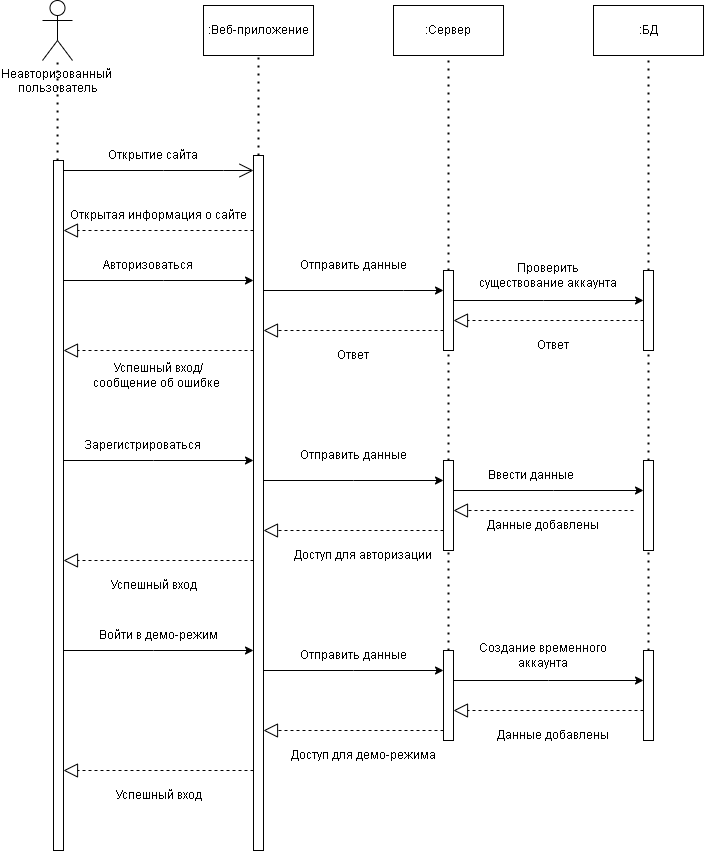
Before: documentation/diagrams/Sequence_diagram_nonau.png, a diagram exported from draw.io (money-pie/moneypie). Source tidied: cells renumbered, new cells last; positions are measured from the earlier drawing's top-left corner, leaving out a move shared by most shapes.
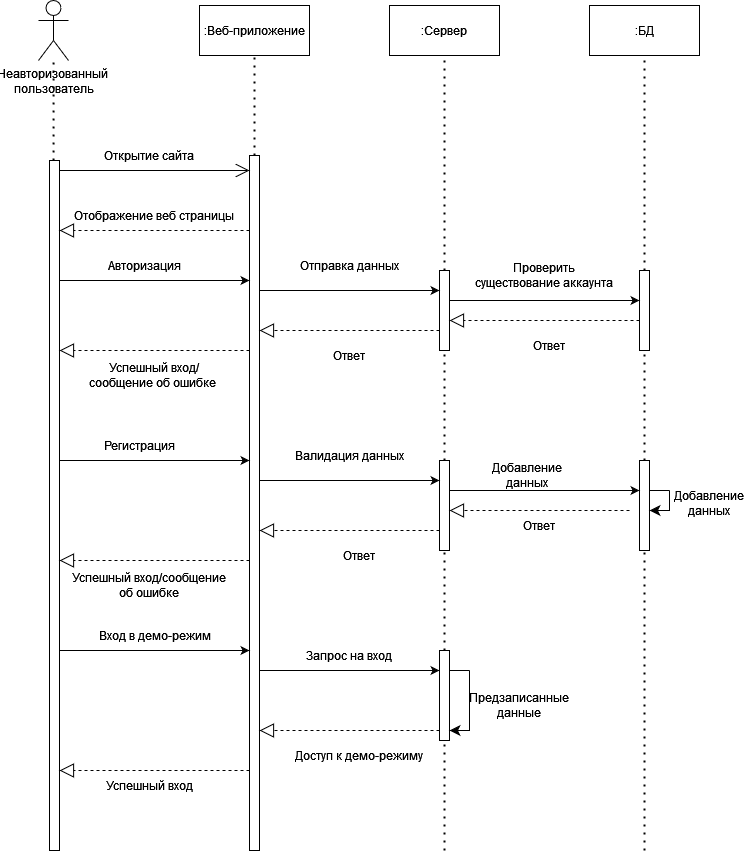
The same diagram one commit later.

Diff of the diagram source:
```diff
@@ -53,7 +53,7 @@
     <mxCell id="15" value="Открытие сайта" style="text;html=1;strokeColor=none;fillColor=none;align=center;verticalAlign=middle;whiteSpace=wrap;rounded=0;" parent="1" vertex="1">
       <mxGeometry x="31" y="140" width="160" height="30" as="geometry" />
     </mxCell>
-    <mxCell id="16" value="Открытая информация о сайте" style="text;html=1;strokeColor=none;fillColor=none;align=center;verticalAlign=middle;whiteSpace=wrap;rounded=0;" parent="1" vertex="1">
+    <mxCell id="16" value="Отображение веб страницы" style="text;html=1;strokeColor=none;fillColor=none;align=center;verticalAlign=middle;whiteSpace=wrap;rounded=0;" parent="1" vertex="1">
       <mxGeometry x="21" y="200" width="190" height="30" as="geometry" />
     </mxCell>
     <mxCell id="17" style="endArrow=classic;html=1;rounded=0;" parent="1" edge="1" source="3">
@@ -64,7 +64,7 @@
         </Array>
       </mxGeometry>
     </mxCell>
-    <mxCell id="18" value="Авторизоваться" style="text;html=1;strokeColor=none;fillColor=none;align=center;verticalAlign=middle;whiteSpace=wrap;rounded=0;" parent="1" vertex="1">
+    <mxCell id="18" value="Авторизация" style="text;html=1;strokeColor=none;fillColor=none;align=center;verticalAlign=middle;whiteSpace=wrap;rounded=0;" parent="1" vertex="1">
       <mxGeometry x="31" y="250" width="150" height="30" as="geometry" />
     </mxCell>
     <mxCell id="19" style="endArrow=classic;html=1;rounded=0;" parent="1" edge="1" source="4" target="5">
@@ -74,7 +74,7 @@
         </Array>
       </mxGeometry>
     </mxCell>
-    <mxCell id="20" value="Отправить данные" style="text;html=1;strokeColor=none;fillColor=none;align=center;verticalAlign=middle;whiteSpace=wrap;rounded=0;" parent="1" vertex="1">
+    <mxCell id="20" value="Отправка данных" style="text;html=1;strokeColor=none;fillColor=none;align=center;verticalAlign=middle;whiteSpace=wrap;rounded=0;" parent="1" vertex="1">
       <mxGeometry x="251" y="250" width="120" height="30" as="geometry" />
     </mxCell>
     <mxCell id="21" style="endArrow=classic;html=1;rounded=0;" parent="1" edge="1" source="5" target="7">
@@ -149,13 +149,13 @@
         </Array>
       </mxGeometry>
     </mxCell>
-    <mxCell id="35" value="Зарегистрироваться" style="text;html=1;strokeColor=none;fillColor=none;align=center;verticalAlign=middle;whiteSpace=wrap;rounded=0;" parent="1" vertex="1">
+    <mxCell id="35" value="Регистрация" style="text;html=1;strokeColor=none;fillColor=none;align=center;verticalAlign=middle;whiteSpace=wrap;rounded=0;" parent="1" vertex="1">
       <mxGeometry x="61" y="430" width="80" height="30" as="geometry" />
     </mxCell>
-    <mxCell id="36" value="Отправить данные" style="text;html=1;strokeColor=none;fillColor=none;align=center;verticalAlign=middle;whiteSpace=wrap;rounded=0;" parent="1" vertex="1">
+    <mxCell id="36" value="Валидация данных" style="text;html=1;strokeColor=none;fillColor=none;align=center;verticalAlign=middle;whiteSpace=wrap;rounded=0;" parent="1" vertex="1">
       <mxGeometry x="251" y="440" width="120" height="30" as="geometry" />
     </mxCell>
-    <mxCell id="37" value="Ввести данные" style="text;html=1;strokeColor=none;fillColor=none;align=center;verticalAlign=middle;whiteSpace=wrap;rounded=0;" parent="1" vertex="1">
+    <mxCell id="37" value="Добавление данных" style="text;html=1;strokeColor=none;fillColor=none;align=center;verticalAlign=middle;whiteSpace=wrap;rounded=0;" parent="1" vertex="1">
       <mxGeometry x="441" y="460" width="95" height="30" as="geometry" />
     </mxCell>
     <mxCell id="38" style="endArrow=block;dashed=1;endFill=0;endSize=12;html=1;rounded=0;" parent="1" edge="1" target="6">
@@ -177,13 +177,13 @@
         </Array>
       </mxGeometry>
     </mxCell>
-    <mxCell id="41" value="Данные добавлены" style="text;html=1;strokeColor=none;fillColor=none;align=center;verticalAlign=middle;whiteSpace=wrap;rounded=0;" parent="1" vertex="1">
+    <mxCell id="41" value="Ответ" style="text;html=1;strokeColor=none;fillColor=none;align=center;verticalAlign=middle;whiteSpace=wrap;rounded=0;" parent="1" vertex="1">
       <mxGeometry x="441" y="510" width="120" height="30" as="geometry" />
     </mxCell>
-    <mxCell id="42" value="Доступ для авторизации" style="text;html=1;strokeColor=none;fillColor=none;align=center;verticalAlign=middle;whiteSpace=wrap;rounded=0;" parent="1" vertex="1">
+    <mxCell id="42" value="Ответ" style="text;html=1;strokeColor=none;fillColor=none;align=center;verticalAlign=middle;whiteSpace=wrap;rounded=0;" parent="1" vertex="1">
       <mxGeometry x="251" y="540" width="140" height="30" as="geometry" />
     </mxCell>
-    <mxCell id="43" value="Успешный вход" style="text;html=1;strokeColor=none;fillColor=none;align=center;verticalAlign=middle;whiteSpace=wrap;rounded=0;" parent="1" vertex="1">
+    <mxCell id="43" value="Успешный вход/сообщение об ошибке" style="text;html=1;strokeColor=none;fillColor=none;align=center;verticalAlign=middle;whiteSpace=wrap;rounded=0;" parent="1" vertex="1">
       <mxGeometry x="31" y="570" width="160" height="30" as="geometry" />
     </mxCell>
     <mxCell id="44" style="endArrow=none;dashed=1;html=1;dashPattern=1 3;strokeWidth=2;rounded=0;" parent="1" edge="1" source="6" target="5">
@@ -192,9 +192,6 @@
     <mxCell id="45" style="endArrow=none;dashed=1;html=1;dashPattern=1 3;strokeWidth=2;rounded=0;" parent="1" edge="1" source="8" target="7">
       <mxGeometry relative="1" as="geometry" />
     </mxCell>
-    <mxCell id="46" style="html=1;points=[];perimeter=orthogonalPerimeter;outlineConnect=0;targetShapes=umlLifeline;portConstraint=eastwest;newEdgeStyle={&quot;edgeStyle&quot;:&quot;elbowEdgeStyle&quot;,&quot;elbow&quot;:&quot;vertical&quot;,&quot;curved&quot;:0,&quot;rounded&quot;:0};" parent="1" vertex="1">
-      <mxGeometry x="601" y="650" width="10" height="90" as="geometry" />
-    </mxCell>
     <mxCell id="47" style="endArrow=classic;html=1;rounded=0;" parent="1" edge="1" source="3" target="4">
       <mxGeometry relative="1" as="geometry">
         <Array as="points">
@@ -202,9 +199,6 @@
         </Array>
       </mxGeometry>
     </mxCell>
-    <mxCell id="48" style="html=1;points=[];perimeter=orthogonalPerimeter;outlineConnect=0;targetShapes=umlLifeline;portConstraint=eastwest;newEdgeStyle={&quot;edgeStyle&quot;:&quot;elbowEdgeStyle&quot;,&quot;elbow&quot;:&quot;vertical&quot;,&quot;curved&quot;:0,&quot;rounded&quot;:0};" parent="1" vertex="1">
-      <mxGeometry x="401" y="650" width="10" height="90" as="geometry" />
-    </mxCell>
     <mxCell id="49" style="endArrow=classic;html=1;rounded=0;" parent="1" edge="1" source="4" target="48">
       <mxGeometry relative="1" as="geometry">
         <Array as="points">
@@ -212,20 +206,6 @@
         </Array>
       </mxGeometry>
     </mxCell>
-    <mxCell id="50" style="endArrow=classic;html=1;rounded=0;" parent="1" edge="1" source="48" target="46">
-      <mxGeometry relative="1" as="geometry">
-        <Array as="points">
-          <mxPoint x="506" y="680" />
-        </Array>
-      </mxGeometry>
-    </mxCell>
-    <mxCell id="51" style="endArrow=block;dashed=1;endFill=0;endSize=12;html=1;rounded=0;" parent="1" edge="1" source="46" target="48">
-      <mxGeometry relative="1" as="geometry">
-        <Array as="points">
-          <mxPoint x="506" y="710" />
-        </Array>
-      </mxGeometry>
-    </mxCell>
     <mxCell id="52" style="endArrow=block;dashed=1;endFill=0;endSize=12;html=1;rounded=0;" parent="1" edge="1" source="48" target="4">
       <mxGeometry relative="1" as="geometry">
         <Array as="points">
@@ -240,29 +220,70 @@
         </Array>
       </mxGeometry>
     </mxCell>
-    <mxCell id="54" value="Войти в демо-режим" style="text;html=1;strokeColor=none;fillColor=none;align=center;verticalAlign=middle;whiteSpace=wrap;rounded=0;" parent="1" vertex="1">
+    <mxCell id="54" value="Вход в демо-режим" style="text;html=1;strokeColor=none;fillColor=none;align=center;verticalAlign=middle;whiteSpace=wrap;rounded=0;" parent="1" vertex="1">
       <mxGeometry x="53.5" y="620" width="125" height="30" as="geometry" />
     </mxCell>
-    <mxCell id="55" value="Отправить данные" style="text;html=1;strokeColor=none;fillColor=none;align=center;verticalAlign=middle;whiteSpace=wrap;rounded=0;" parent="1" vertex="1">
+    <mxCell id="55" value="Запрос на вход" style="text;html=1;strokeColor=none;fillColor=none;align=center;verticalAlign=middle;whiteSpace=wrap;rounded=0;" parent="1" vertex="1">
       <mxGeometry x="251" y="640" width="120" height="30" as="geometry" />
     </mxCell>
-    <mxCell id="56" value="Создание временного аккаунта" style="text;html=1;strokeColor=none;fillColor=none;align=center;verticalAlign=middle;whiteSpace=wrap;rounded=0;" parent="1" vertex="1">
-      <mxGeometry x="436" y="640" width="130" height="30" as="geometry" />
-    </mxCell>
-    <mxCell id="57" value="Данные добавлены" style="text;html=1;strokeColor=none;fillColor=none;align=center;verticalAlign=middle;whiteSpace=wrap;rounded=0;" parent="1" vertex="1">
-      <mxGeometry x="441" y="720" width="140" height="30" as="geometry" />
-    </mxCell>
-    <mxCell id="58" value="Доступ для демо-режима" style="text;html=1;strokeColor=none;fillColor=none;align=center;verticalAlign=middle;whiteSpace=wrap;rounded=0;" parent="1" vertex="1">
+    <mxCell id="58" value="Доступ к демо-режиму" style="text;html=1;strokeColor=none;fillColor=none;align=center;verticalAlign=middle;whiteSpace=wrap;rounded=0;" parent="1" vertex="1">
       <mxGeometry x="246" y="740" width="150" height="30" as="geometry" />
     </mxCell>
     <mxCell id="59" value="Успешный вход" style="text;html=1;strokeColor=none;fillColor=none;align=center;verticalAlign=middle;whiteSpace=wrap;rounded=0;" parent="1" vertex="1">
-      <mxGeometry x="36" y="780" width="160" height="30" as="geometry" />
+      <mxGeometry x="31" y="770" width="160" height="30" as="geometry" />
     </mxCell>
-    <mxCell id="60" style="endArrow=none;dashed=1;html=1;dashPattern=1 3;strokeWidth=2;rounded=0;" parent="1" edge="1" source="48" target="6">
-      <mxGeometry relative="1" as="geometry" />
+    <mxCell id="60" style="endArrow=none;dashed=1;html=1;dashPattern=1 3;strokeWidth=2;rounded=0;" parent="1" edge="1" target="6">
+      <mxGeometry relative="1" as="geometry">
+        <mxPoint x="406" y="850" as="sourcePoint" />
+      </mxGeometry>
     </mxCell>
-    <mxCell id="61" style="endArrow=none;dashed=1;html=1;dashPattern=1 3;strokeWidth=2;rounded=0;" parent="1" edge="1" source="46" target="8">
-      <mxGeometry relative="1" as="geometry" />
+    <mxCell id="61" style="endArrow=none;dashed=1;html=1;dashPattern=1 3;strokeWidth=2;rounded=0;" parent="1" edge="1" target="8">
+      <mxGeometry relative="1" as="geometry">
+        <mxPoint x="606" y="850" as="sourcePoint" />
+      </mxGeometry>
     </mxCell>
+    <mxCell id="48" style="html=1;points=[];perimeter=orthogonalPerimeter;outlineConnect=0;targetShapes=umlLifeline;portConstraint=eastwest;newEdgeStyle={&quot;edgeStyle&quot;:&quot;elbowEdgeStyle&quot;,&quot;elbow&quot;:&quot;vertical&quot;,&quot;curved&quot;:0,&quot;rounded&quot;:0};" parent="1" vertex="1">
+      <mxGeometry x="401" y="650" width="10" height="90" as="geometry" />
+    </mxCell>
+    <mxCell id="62" style="edgeStyle=elbowEdgeStyle;elbow=vertical;endArrow=classic;html=1;curved=0;rounded=0;endSize=8;startSize=8;" parent="1" edge="1" target="8">
+      <mxGeometry relative="1" as="geometry">
+        <mxPoint x="631" y="490" as="sourcePoint" />
+        <Array as="points">
+          <mxPoint x="631" y="510" />
+          <mxPoint x="621" y="510" />
+          <mxPoint x="621" y="510" />
+          <mxPoint x="691" y="480" />
+        </Array>
+      </mxGeometry>
+    </mxCell>
+    <mxCell id="63" style="endArrow=none;html=1;rounded=0;" parent="1" edge="1">
+      <mxGeometry relative="1" as="geometry">
+        <mxPoint x="611" y="490" as="sourcePoint" />
+        <mxPoint x="631" y="490" as="targetPoint" />
+      </mxGeometry>
+    </mxCell>
+    <mxCell id="64" value="Добавление данных" style="text;html=1;strokeColor=none;fillColor=none;align=center;verticalAlign=middle;whiteSpace=wrap;rounded=0;" parent="1" vertex="1">
+      <mxGeometry x="631" y="487.5" width="80" height="30" as="geometry" />
+    </mxCell>
+    <mxCell id="65" style="edgeStyle=elbowEdgeStyle;elbow=vertical;endArrow=classic;html=1;curved=0;rounded=0;endSize=8;startSize=8;" parent="1" edge="1">
+      <mxGeometry relative="1" as="geometry">
+        <mxPoint x="431" y="670" as="sourcePoint" />
+        <mxPoint x="411" y="730" as="targetPoint" />
+        <Array as="points">
+          <mxPoint x="431" y="730" />
+          <mxPoint x="421" y="730" />
+          <mxPoint x="421" y="730" />
+          <mxPoint x="491" y="700" />
+        </Array>
+      </mxGeometry>
+    </mxCell>
+    <mxCell id="66" style="endArrow=none;html=1;rounded=0;" parent="1" edge="1" source="48">
+      <mxGeometry relative="1" as="geometry">
+        <mxPoint x="431" y="670" as="targetPoint" />
+      </mxGeometry>
+    </mxCell>
+    <mxCell id="67" value="Предзаписанные данные" style="text;html=1;strokeColor=none;fillColor=none;align=center;verticalAlign=middle;whiteSpace=wrap;rounded=0;" parent="1" vertex="1">
+      <mxGeometry x="441" y="690" width="80" height="30" as="geometry" />
+    </mxCell>
   </root>
 </mxGraphModel>
```
